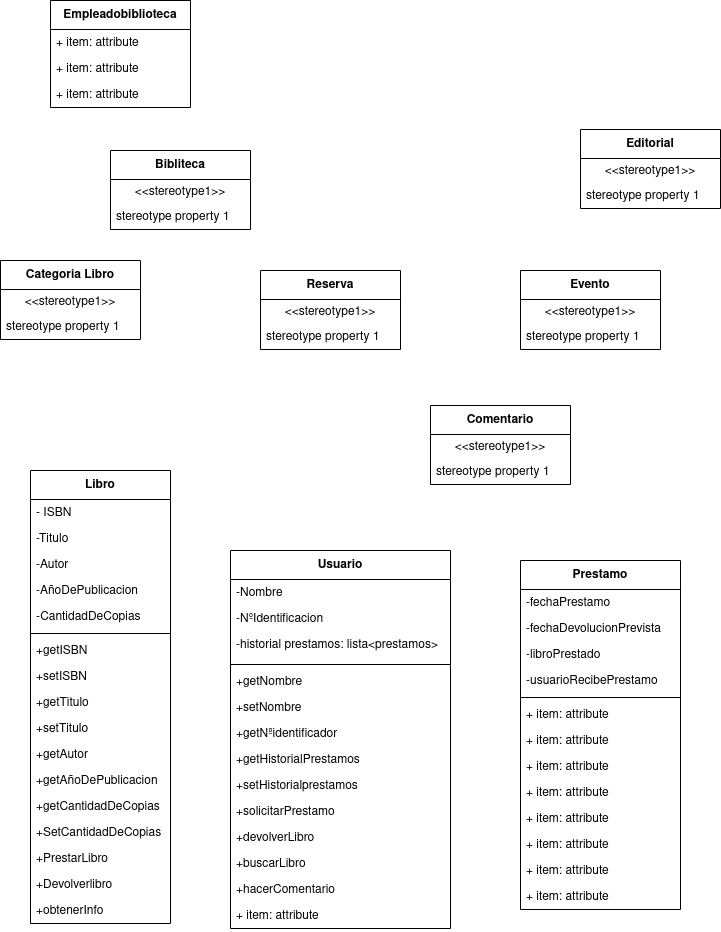
Above: practicas/DiagramaDeClasesProyecto.png in adogonz23/programacion (draw.io), before the change. Source tidied: cells renumbered, new cells last; positions are measured from the earlier drawing's top-left corner, leaving out a move shared by most shapes.
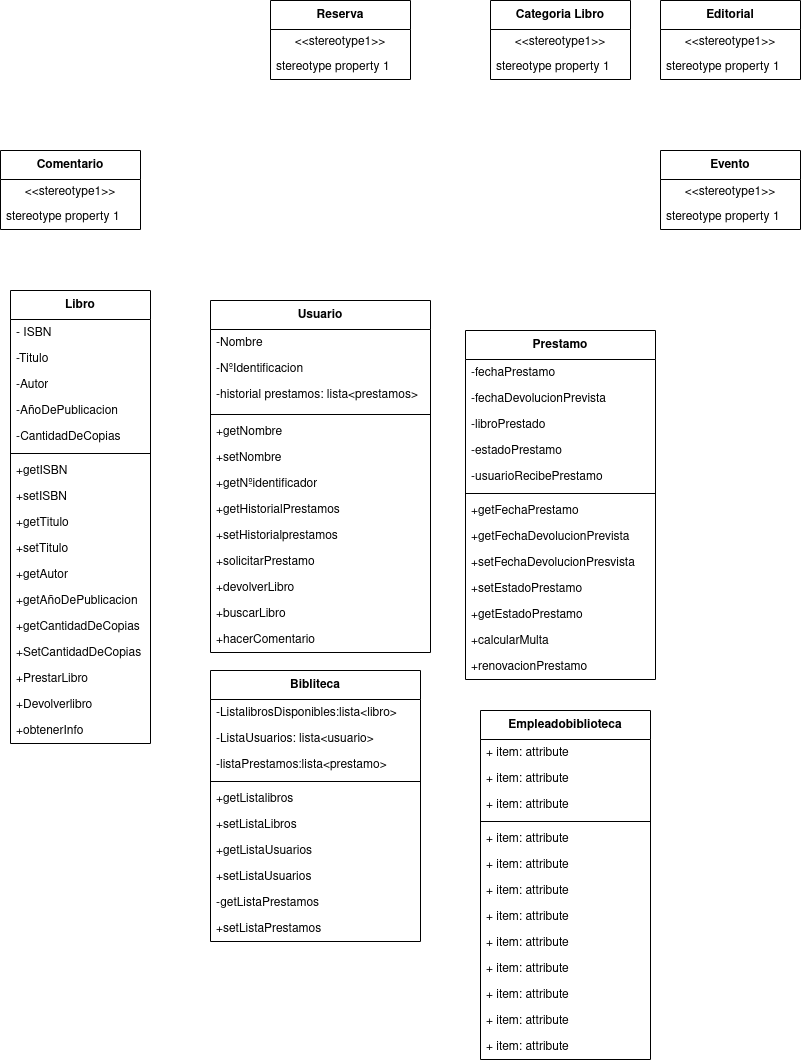
The same file after the commit.

The edit, as a diff of the source:
```diff
@@ -3,58 +3,82 @@
     <mxCell id="0" />
     <mxCell id="1" parent="0" />
     <mxCell id="2" value="Bibliteca" style="swimlane;fontStyle=1;align=center;verticalAlign=middle;horizontal=1;startSize=29;html=1;whiteSpace=wrap;" parent="1" vertex="1">
-      <mxGeometry x="110" y="150" width="140" height="79" as="geometry" />
+      <mxGeometry x="200" y="640" width="210" height="271" as="geometry" />
     </mxCell>
-    <mxCell id="3" value="&amp;lt;&amp;lt;stereotype1&amp;gt;&amp;gt;" style="text;html=1;strokeColor=none;fillColor=none;align=center;verticalAlign=middle;spacingLeft=4;spacingRight=4;overflow=hidden;whiteSpace=wrap;" parent="2" vertex="1">
-      <mxGeometry y="29" width="140" height="25" as="geometry" />
-    </mxCell>
-    <mxCell id="4" value="stereotype property 1" style="text;html=1;strokeColor=none;fillColor=none;align=left;verticalAlign=middle;spacingLeft=4;spacingRight=4;overflow=hidden;whiteSpace=wrap;" parent="2" vertex="1">
-      <mxGeometry y="54" width="140" height="25" as="geometry" />
-    </mxCell>
+    <mxCell id="71" value="-ListalibrosDisponibles:lista&amp;lt;libro&amp;gt;" style="text;strokeColor=none;fillColor=none;align=left;verticalAlign=top;spacingLeft=4;spacingRight=4;overflow=hidden;whiteSpace=wrap;html=1;" parent="2" vertex="1">
+      <mxGeometry y="29" width="210" height="26" as="geometry" />
+    </mxCell>
+    <mxCell id="72" value="-ListaUsuarios: lista&amp;lt;usuario&amp;gt;" style="text;strokeColor=none;fillColor=none;align=left;verticalAlign=top;spacingLeft=4;spacingRight=4;overflow=hidden;whiteSpace=wrap;html=1;" parent="2" vertex="1">
+      <mxGeometry y="55" width="210" height="26" as="geometry" />
+    </mxCell>
+    <mxCell id="73" value="-listaPrestamos:lista&amp;lt;prestamo&amp;gt;" style="text;strokeColor=none;fillColor=none;align=left;verticalAlign=top;spacingLeft=4;spacingRight=4;overflow=hidden;whiteSpace=wrap;html=1;" parent="2" vertex="1">
+      <mxGeometry y="81" width="210" height="26" as="geometry" />
+    </mxCell>
+    <mxCell id="74" style="line;strokeWidth=1;fillColor=none;align=left;verticalAlign=middle;spacingTop=-1;spacingLeft=3;spacingRight=3;labelPosition=right;strokeColor=inherit;" parent="2" vertex="1">
+      <mxGeometry y="107" width="210" height="8" as="geometry" />
+    </mxCell>
+    <mxCell id="75" value="+getListalibros" style="text;strokeColor=none;fillColor=none;align=left;verticalAlign=top;spacingLeft=4;spacingRight=4;overflow=hidden;whiteSpace=wrap;html=1;" parent="2" vertex="1">
+      <mxGeometry y="115" width="210" height="26" as="geometry" />
+    </mxCell>
+    <mxCell id="76" value="+setListaLibros" style="text;strokeColor=none;fillColor=none;align=left;verticalAlign=top;spacingLeft=4;spacingRight=4;overflow=hidden;whiteSpace=wrap;html=1;" parent="2" vertex="1">
+      <mxGeometry y="141" width="210" height="26" as="geometry" />
+    </mxCell>
+    <mxCell id="77" value="+getListaUsuarios" style="text;strokeColor=none;fillColor=none;align=left;verticalAlign=top;spacingLeft=4;spacingRight=4;overflow=hidden;whiteSpace=wrap;html=1;" parent="2" vertex="1">
+      <mxGeometry y="167" width="210" height="26" as="geometry" />
+    </mxCell>
+    <mxCell id="78" value="+setListaUsuarios" style="text;strokeColor=none;fillColor=none;align=left;verticalAlign=top;spacingLeft=4;spacingRight=4;overflow=hidden;whiteSpace=wrap;html=1;" parent="2" vertex="1">
+      <mxGeometry y="193" width="210" height="26" as="geometry" />
+    </mxCell>
+    <mxCell id="79" value="-getListaPrestamos" style="text;strokeColor=none;fillColor=none;align=left;verticalAlign=top;spacingLeft=4;spacingRight=4;overflow=hidden;whiteSpace=wrap;html=1;" parent="2" vertex="1">
+      <mxGeometry y="219" width="210" height="26" as="geometry" />
+    </mxCell>
+    <mxCell id="80" value="+setListaPrestamos" style="text;strokeColor=none;fillColor=none;align=left;verticalAlign=top;spacingLeft=4;spacingRight=4;overflow=hidden;whiteSpace=wrap;html=1;" parent="2" vertex="1">
+      <mxGeometry y="245" width="210" height="26" as="geometry" />
+    </mxCell>
     <mxCell id="5" value="Prestamo" style="swimlane;fontStyle=1;align=center;verticalAlign=middle;horizontal=1;startSize=29;html=1;whiteSpace=wrap;" parent="1" vertex="1">
-      <mxGeometry x="520" y="560" width="160" height="349" as="geometry" />
+      <mxGeometry x="455" y="300" width="190" height="349" as="geometry" />
     </mxCell>
     <mxCell id="6" value="-fechaPrestamo" style="text;strokeColor=none;fillColor=none;align=left;verticalAlign=top;spacingLeft=4;spacingRight=4;overflow=hidden;whiteSpace=wrap;html=1;" parent="5" vertex="1">
-      <mxGeometry y="29" width="160" height="26" as="geometry" />
+      <mxGeometry y="29" width="190" height="26" as="geometry" />
     </mxCell>
     <mxCell id="7" value="-fechaDevolucionPrevista" style="text;strokeColor=none;fillColor=none;align=left;verticalAlign=top;spacingLeft=4;spacingRight=4;overflow=hidden;whiteSpace=wrap;html=1;" parent="5" vertex="1">
-      <mxGeometry y="55" width="160" height="26" as="geometry" />
+      <mxGeometry y="55" width="190" height="26" as="geometry" />
     </mxCell>
     <mxCell id="8" value="-libroPrestado" style="text;strokeColor=none;fillColor=none;align=left;verticalAlign=top;spacingLeft=4;spacingRight=4;overflow=hidden;whiteSpace=wrap;html=1;" parent="5" vertex="1">
-      <mxGeometry y="81" width="160" height="26" as="geometry" />
+      <mxGeometry y="81" width="190" height="26" as="geometry" />
     </mxCell>
+    <mxCell id="81" value="-estadoPrestamo" style="text;strokeColor=none;fillColor=none;align=left;verticalAlign=top;spacingLeft=4;spacingRight=4;overflow=hidden;whiteSpace=wrap;html=1;" parent="5" vertex="1">
+      <mxGeometry y="107" width="190" height="26" as="geometry" />
+    </mxCell>
     <mxCell id="9" value="-usuarioRecibePrestamo" style="text;strokeColor=none;fillColor=none;align=left;verticalAlign=top;spacingLeft=4;spacingRight=4;overflow=hidden;whiteSpace=wrap;html=1;" parent="5" vertex="1">
-      <mxGeometry y="107" width="160" height="26" as="geometry" />
+      <mxGeometry y="133" width="190" height="26" as="geometry" />
     </mxCell>
     <mxCell id="10" style="line;strokeWidth=1;fillColor=none;align=left;verticalAlign=middle;spacingTop=-1;spacingLeft=3;spacingRight=3;labelPosition=right;strokeColor=inherit;" parent="5" vertex="1">
-      <mxGeometry y="133" width="160" height="8" as="geometry" />
+      <mxGeometry y="159" width="190" height="8" as="geometry" />
     </mxCell>
-    <mxCell id="11" value="+ item: attribute" style="text;strokeColor=none;fillColor=none;align=left;verticalAlign=top;spacingLeft=4;spacingRight=4;overflow=hidden;whiteSpace=wrap;html=1;" parent="5" vertex="1">
-      <mxGeometry y="141" width="160" height="26" as="geometry" />
+    <mxCell id="11" value="+getFechaPrestamo" style="text;strokeColor=none;fillColor=none;align=left;verticalAlign=top;spacingLeft=4;spacingRight=4;overflow=hidden;whiteSpace=wrap;html=1;" parent="5" vertex="1">
+      <mxGeometry y="167" width="190" height="26" as="geometry" />
     </mxCell>
-    <mxCell id="12" value="+ item: attribute" style="text;strokeColor=none;fillColor=none;align=left;verticalAlign=top;spacingLeft=4;spacingRight=4;overflow=hidden;whiteSpace=wrap;html=1;" parent="5" vertex="1">
-      <mxGeometry y="167" width="160" height="26" as="geometry" />
+    <mxCell id="12" value="+getFechaDevolucionPrevista" style="text;strokeColor=none;fillColor=none;align=left;verticalAlign=top;spacingLeft=4;spacingRight=4;overflow=hidden;whiteSpace=wrap;html=1;" parent="5" vertex="1">
+      <mxGeometry y="193" width="190" height="26" as="geometry" />
     </mxCell>
-    <mxCell id="13" value="+ item: attribute" style="text;strokeColor=none;fillColor=none;align=left;verticalAlign=top;spacingLeft=4;spacingRight=4;overflow=hidden;whiteSpace=wrap;html=1;" parent="5" vertex="1">
-      <mxGeometry y="193" width="160" height="26" as="geometry" />
+    <mxCell id="13" value="+setFechaDevolucionPresvista" style="text;strokeColor=none;fillColor=none;align=left;verticalAlign=top;spacingLeft=4;spacingRight=4;overflow=hidden;whiteSpace=wrap;html=1;" parent="5" vertex="1">
+      <mxGeometry y="219" width="190" height="26" as="geometry" />
     </mxCell>
-    <mxCell id="14" value="+ item: attribute" style="text;strokeColor=none;fillColor=none;align=left;verticalAlign=top;spacingLeft=4;spacingRight=4;overflow=hidden;whiteSpace=wrap;html=1;" parent="5" vertex="1">
-      <mxGeometry y="219" width="160" height="26" as="geometry" />
-    </mxCell>
-    <mxCell id="15" value="+ item: attribute" style="text;strokeColor=none;fillColor=none;align=left;verticalAlign=top;spacingLeft=4;spacingRight=4;overflow=hidden;whiteSpace=wrap;html=1;" parent="5" vertex="1">
-      <mxGeometry y="245" width="160" height="26" as="geometry" />
-    </mxCell>
-    <mxCell id="16" value="+ item: attribute" style="text;strokeColor=none;fillColor=none;align=left;verticalAlign=top;spacingLeft=4;spacingRight=4;overflow=hidden;whiteSpace=wrap;html=1;" parent="5" vertex="1">
-      <mxGeometry y="271" width="160" height="26" as="geometry" />
+    <mxCell id="16" value="+setEstadoPrestamo" style="text;strokeColor=none;fillColor=none;align=left;verticalAlign=top;spacingLeft=4;spacingRight=4;overflow=hidden;whiteSpace=wrap;html=1;" parent="5" vertex="1">
+      <mxGeometry y="245" width="190" height="26" as="geometry" />
     </mxCell>
-    <mxCell id="17" value="+ item: attribute" style="text;strokeColor=none;fillColor=none;align=left;verticalAlign=top;spacingLeft=4;spacingRight=4;overflow=hidden;whiteSpace=wrap;html=1;" parent="5" vertex="1">
-      <mxGeometry y="297" width="160" height="26" as="geometry" />
+    <mxCell id="17" value="+getEstadoPrestamo" style="text;strokeColor=none;fillColor=none;align=left;verticalAlign=top;spacingLeft=4;spacingRight=4;overflow=hidden;whiteSpace=wrap;html=1;" parent="5" vertex="1">
+      <mxGeometry y="271" width="190" height="26" as="geometry" />
     </mxCell>
-    <mxCell id="18" value="+ item: attribute" style="text;strokeColor=none;fillColor=none;align=left;verticalAlign=top;spacingLeft=4;spacingRight=4;overflow=hidden;whiteSpace=wrap;html=1;" parent="5" vertex="1">
-      <mxGeometry y="323" width="160" height="26" as="geometry" />
-    </mxCell>
+    <mxCell id="15" value="+calcularMulta" style="text;strokeColor=none;fillColor=none;align=left;verticalAlign=top;spacingLeft=4;spacingRight=4;overflow=hidden;whiteSpace=wrap;html=1;" parent="5" vertex="1">
+      <mxGeometry y="297" width="190" height="26" as="geometry" />
+    </mxCell>
+    <mxCell id="14" value="+renovacionPrestamo" style="text;strokeColor=none;fillColor=none;align=left;verticalAlign=top;spacingLeft=4;spacingRight=4;overflow=hidden;whiteSpace=wrap;html=1;" parent="5" vertex="1">
+      <mxGeometry y="323" width="190" height="26" as="geometry" />
+    </mxCell>
     <mxCell id="19" value="Usuario" style="swimlane;fontStyle=1;align=center;verticalAlign=middle;horizontal=1;startSize=29;html=1;whiteSpace=wrap;" parent="1" vertex="1">
-      <mxGeometry x="230" y="550" width="220" height="378" as="geometry" />
+      <mxGeometry x="200" y="270" width="220" height="352" as="geometry" />
     </mxCell>
     <mxCell id="20" value="-Nombre" style="text;strokeColor=none;fillColor=none;align=left;verticalAlign=top;spacingLeft=4;spacingRight=4;overflow=hidden;whiteSpace=wrap;html=1;" parent="19" vertex="1">
       <mxGeometry y="29" width="220" height="26" as="geometry" />
@@ -95,11 +119,8 @@
     <mxCell id="32" value="+hacerComentario" style="text;strokeColor=none;fillColor=none;align=left;verticalAlign=top;spacingLeft=4;spacingRight=4;overflow=hidden;whiteSpace=wrap;html=1;" parent="19" vertex="1">
       <mxGeometry y="326" width="220" height="26" as="geometry" />
     </mxCell>
-    <mxCell id="33" value="+ item: attribute" style="text;strokeColor=none;fillColor=none;align=left;verticalAlign=top;spacingLeft=4;spacingRight=4;overflow=hidden;whiteSpace=wrap;html=1;" parent="19" vertex="1">
-      <mxGeometry y="352" width="220" height="26" as="geometry" />
-    </mxCell>
     <mxCell id="34" value="Libro" style="swimlane;fontStyle=1;align=center;verticalAlign=middle;horizontal=1;startSize=29;html=1;whiteSpace=wrap;" parent="1" vertex="1">
-      <mxGeometry x="30" y="470" width="140" height="453" as="geometry" />
+      <mxGeometry y="260" width="140" height="453" as="geometry" />
     </mxCell>
     <mxCell id="35" value="- ISBN " style="text;strokeColor=none;fillColor=none;align=left;verticalAlign=top;spacingLeft=4;spacingRight=4;overflow=hidden;whiteSpace=wrap;html=1;" parent="34" vertex="1">
       <mxGeometry y="29" width="140" height="26" as="geometry" />
@@ -153,7 +174,7 @@
       <mxGeometry y="427" width="140" height="26" as="geometry" />
     </mxCell>
     <mxCell id="52" value="Reserva" style="swimlane;fontStyle=1;align=center;verticalAlign=middle;horizontal=1;startSize=29;html=1;whiteSpace=wrap;" parent="1" vertex="1">
-      <mxGeometry x="260" y="270" width="140" height="79" as="geometry" />
+      <mxGeometry x="260" y="-30" width="140" height="79" as="geometry" />
     </mxCell>
     <mxCell id="53" value="&amp;lt;&amp;lt;stereotype1&amp;gt;&amp;gt;" style="text;html=1;strokeColor=none;fillColor=none;align=center;verticalAlign=middle;spacingLeft=4;spacingRight=4;overflow=hidden;whiteSpace=wrap;" parent="52" vertex="1">
       <mxGeometry y="29" width="140" height="25" as="geometry" />
@@ -162,7 +183,7 @@
       <mxGeometry y="54" width="140" height="25" as="geometry" />
     </mxCell>
     <mxCell id="55" value="Comentario" style="swimlane;fontStyle=1;align=center;verticalAlign=middle;horizontal=1;startSize=29;html=1;whiteSpace=wrap;" parent="1" vertex="1">
-      <mxGeometry x="430" y="405" width="140" height="79" as="geometry" />
+      <mxGeometry x="-10" y="120" width="140" height="79" as="geometry" />
     </mxCell>
     <mxCell id="56" value="&amp;lt;&amp;lt;stereotype1&amp;gt;&amp;gt;" style="text;html=1;strokeColor=none;fillColor=none;align=center;verticalAlign=middle;spacingLeft=4;spacingRight=4;overflow=hidden;whiteSpace=wrap;" parent="55" vertex="1">
       <mxGeometry y="29" width="140" height="25" as="geometry" />
@@ -171,7 +192,7 @@
       <mxGeometry y="54" width="140" height="25" as="geometry" />
     </mxCell>
     <mxCell id="58" value="Evento" style="swimlane;fontStyle=1;align=center;verticalAlign=middle;horizontal=1;startSize=29;html=1;whiteSpace=wrap;" parent="1" vertex="1">
-      <mxGeometry x="520" y="270" width="140" height="79" as="geometry" />
+      <mxGeometry x="650" y="120" width="140" height="79" as="geometry" />
     </mxCell>
     <mxCell id="59" value="&amp;lt;&amp;lt;stereotype1&amp;gt;&amp;gt;" style="text;html=1;strokeColor=none;fillColor=none;align=center;verticalAlign=middle;spacingLeft=4;spacingRight=4;overflow=hidden;whiteSpace=wrap;" parent="58" vertex="1">
       <mxGeometry y="29" width="140" height="25" as="geometry" />
@@ -180,7 +201,7 @@
       <mxGeometry y="54" width="140" height="25" as="geometry" />
     </mxCell>
     <mxCell id="61" value="Editorial" style="swimlane;fontStyle=1;align=center;verticalAlign=middle;horizontal=1;startSize=29;html=1;whiteSpace=wrap;" parent="1" vertex="1">
-      <mxGeometry x="580" y="129" width="140" height="79" as="geometry" />
+      <mxGeometry x="650" y="-30" width="140" height="79" as="geometry" />
     </mxCell>
     <mxCell id="62" value="&amp;lt;&amp;lt;stereotype1&amp;gt;&amp;gt;" style="text;html=1;strokeColor=none;fillColor=none;align=center;verticalAlign=middle;spacingLeft=4;spacingRight=4;overflow=hidden;whiteSpace=wrap;" parent="61" vertex="1">
       <mxGeometry y="29" width="140" height="25" as="geometry" />
@@ -189,19 +210,49 @@
       <mxGeometry y="54" width="140" height="25" as="geometry" />
     </mxCell>
     <mxCell id="64" value="Empleadobiblioteca" style="swimlane;fontStyle=1;align=center;verticalAlign=middle;horizontal=1;startSize=29;html=1;whiteSpace=wrap;" parent="1" vertex="1">
-      <mxGeometry x="50" width="140" height="107" as="geometry" />
+      <mxGeometry x="470" y="680" width="170" height="349" as="geometry" />
     </mxCell>
     <mxCell id="65" value="+ item: attribute" style="text;strokeColor=none;fillColor=none;align=left;verticalAlign=top;spacingLeft=4;spacingRight=4;overflow=hidden;whiteSpace=wrap;html=1;" parent="64" vertex="1">
-      <mxGeometry y="29" width="140" height="26" as="geometry" />
+      <mxGeometry y="29" width="170" height="26" as="geometry" />
     </mxCell>
     <mxCell id="66" value="+ item: attribute" style="text;strokeColor=none;fillColor=none;align=left;verticalAlign=top;spacingLeft=4;spacingRight=4;overflow=hidden;whiteSpace=wrap;html=1;" parent="64" vertex="1">
-      <mxGeometry y="55" width="140" height="26" as="geometry" />
+      <mxGeometry y="55" width="170" height="26" as="geometry" />
     </mxCell>
     <mxCell id="67" value="+ item: attribute" style="text;strokeColor=none;fillColor=none;align=left;verticalAlign=top;spacingLeft=4;spacingRight=4;overflow=hidden;whiteSpace=wrap;html=1;" parent="64" vertex="1">
-      <mxGeometry y="81" width="140" height="26" as="geometry" />
+      <mxGeometry y="81" width="170" height="26" as="geometry" />
     </mxCell>
+    <mxCell id="82" style="line;strokeWidth=1;fillColor=none;align=left;verticalAlign=middle;spacingTop=-1;spacingLeft=3;spacingRight=3;labelPosition=right;strokeColor=inherit;" parent="64" vertex="1">
+      <mxGeometry y="107" width="170" height="8" as="geometry" />
+    </mxCell>
+    <mxCell id="83" value="+ item: attribute" style="text;strokeColor=none;fillColor=none;align=left;verticalAlign=top;spacingLeft=4;spacingRight=4;overflow=hidden;whiteSpace=wrap;html=1;" parent="64" vertex="1">
+      <mxGeometry y="115" width="170" height="26" as="geometry" />
+    </mxCell>
+    <mxCell id="84" value="+ item: attribute" style="text;strokeColor=none;fillColor=none;align=left;verticalAlign=top;spacingLeft=4;spacingRight=4;overflow=hidden;whiteSpace=wrap;html=1;" parent="64" vertex="1">
+      <mxGeometry y="141" width="170" height="26" as="geometry" />
+    </mxCell>
+    <mxCell id="85" value="+ item: attribute" style="text;strokeColor=none;fillColor=none;align=left;verticalAlign=top;spacingLeft=4;spacingRight=4;overflow=hidden;whiteSpace=wrap;html=1;" parent="64" vertex="1">
+      <mxGeometry y="167" width="170" height="26" as="geometry" />
+    </mxCell>
+    <mxCell id="86" value="+ item: attribute" style="text;strokeColor=none;fillColor=none;align=left;verticalAlign=top;spacingLeft=4;spacingRight=4;overflow=hidden;whiteSpace=wrap;html=1;" parent="64" vertex="1">
+      <mxGeometry y="193" width="170" height="26" as="geometry" />
+    </mxCell>
+    <mxCell id="87" value="+ item: attribute" style="text;strokeColor=none;fillColor=none;align=left;verticalAlign=top;spacingLeft=4;spacingRight=4;overflow=hidden;whiteSpace=wrap;html=1;" parent="64" vertex="1">
+      <mxGeometry y="219" width="170" height="26" as="geometry" />
+    </mxCell>
+    <mxCell id="88" value="+ item: attribute" style="text;strokeColor=none;fillColor=none;align=left;verticalAlign=top;spacingLeft=4;spacingRight=4;overflow=hidden;whiteSpace=wrap;html=1;" parent="64" vertex="1">
+      <mxGeometry y="245" width="170" height="26" as="geometry" />
+    </mxCell>
+    <mxCell id="89" value="+ item: attribute" style="text;strokeColor=none;fillColor=none;align=left;verticalAlign=top;spacingLeft=4;spacingRight=4;overflow=hidden;whiteSpace=wrap;html=1;" parent="64" vertex="1">
+      <mxGeometry y="271" width="170" height="26" as="geometry" />
+    </mxCell>
+    <mxCell id="90" value="+ item: attribute" style="text;strokeColor=none;fillColor=none;align=left;verticalAlign=top;spacingLeft=4;spacingRight=4;overflow=hidden;whiteSpace=wrap;html=1;" parent="64" vertex="1">
+      <mxGeometry y="297" width="170" height="26" as="geometry" />
+    </mxCell>
+    <mxCell id="91" value="+ item: attribute" style="text;strokeColor=none;fillColor=none;align=left;verticalAlign=top;spacingLeft=4;spacingRight=4;overflow=hidden;whiteSpace=wrap;html=1;" parent="64" vertex="1">
+      <mxGeometry y="323" width="170" height="26" as="geometry" />
+    </mxCell>
     <mxCell id="68" value="Categoria Libro" style="swimlane;fontStyle=1;align=center;verticalAlign=middle;horizontal=1;startSize=29;html=1;whiteSpace=wrap;" parent="1" vertex="1">
-      <mxGeometry y="260" width="140" height="79" as="geometry" />
+      <mxGeometry x="480" y="-30" width="140" height="79" as="geometry" />
     </mxCell>
     <mxCell id="69" value="&amp;lt;&amp;lt;stereotype1&amp;gt;&amp;gt;" style="text;html=1;strokeColor=none;fillColor=none;align=center;verticalAlign=middle;spacingLeft=4;spacingRight=4;overflow=hidden;whiteSpace=wrap;" parent="68" vertex="1">
       <mxGeometry y="29" width="140" height="25" as="geometry" />
```
